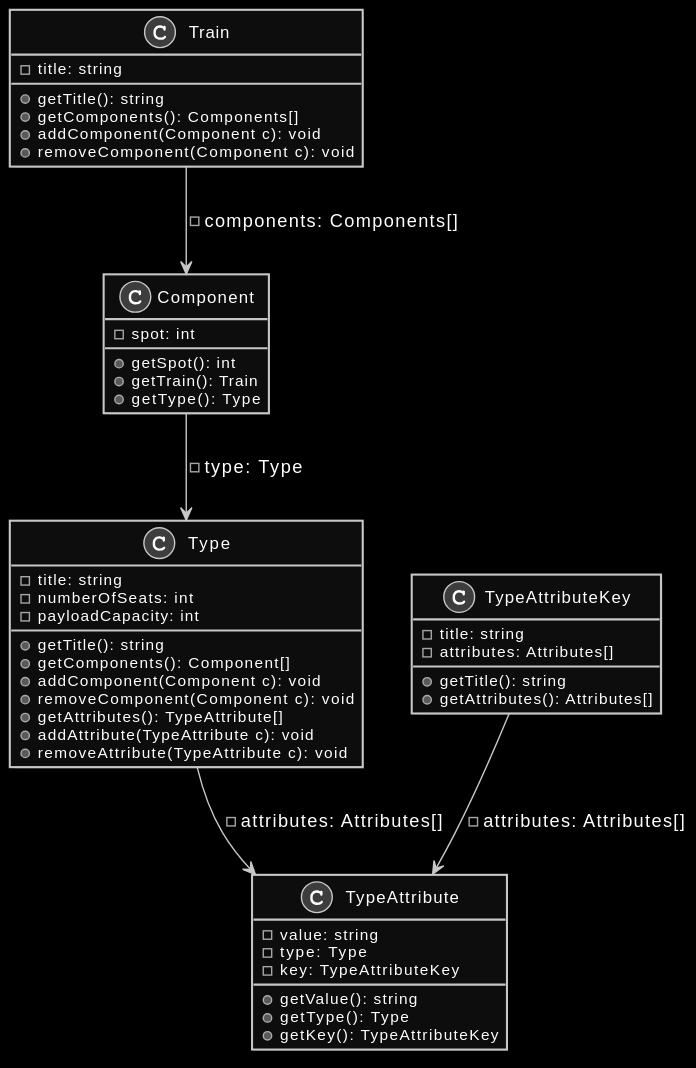
LSVH/hbo-ict-pafr-rich-rail keeps this PlantUML diagram as docs/assets/simpel-klassendiagram.svg. Above is the earlier version.
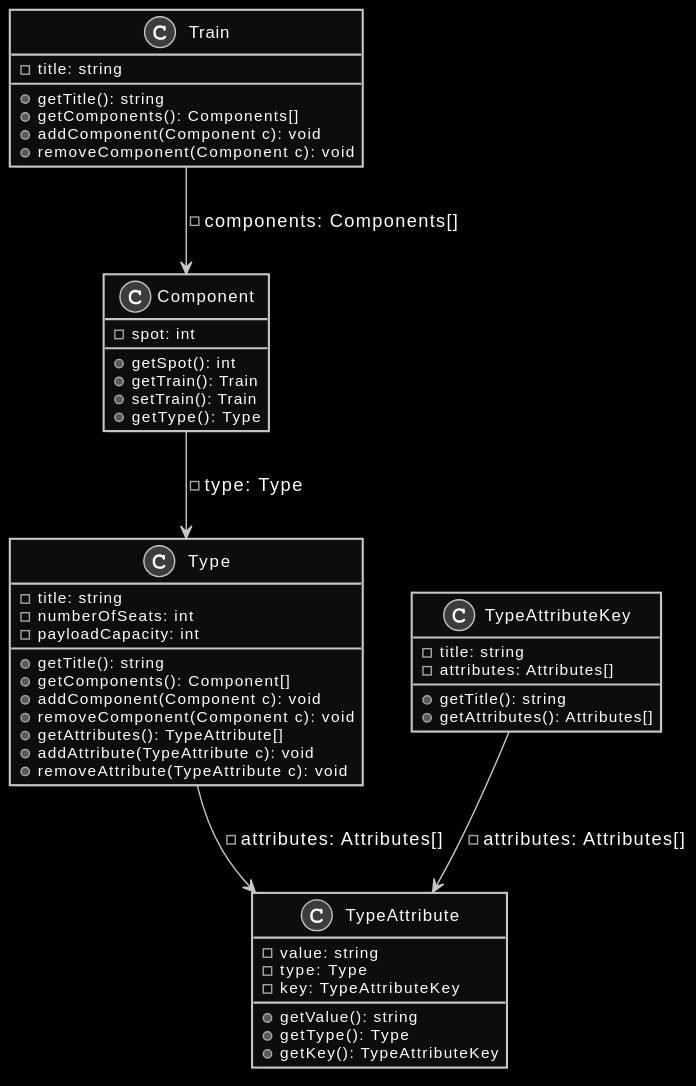
After the change.

What changed in the source:
```diff
@@ -42,6 +42,7 @@
   - spot: int
   + getSpot(): int
   + getTrain(): Train
+  + setTrain(): Train
   + getType(): Type
 }
 
```
